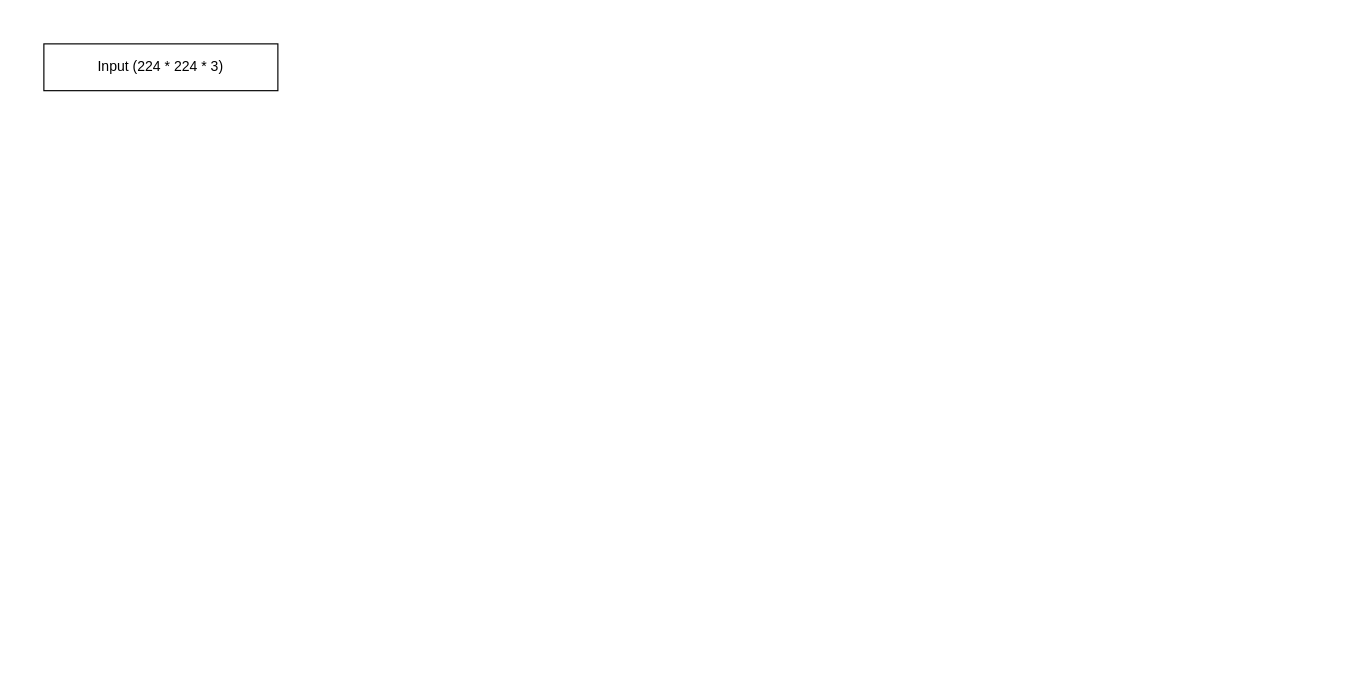
The draw.io diagram patchcore.drawio in lkebnl/Draw_IO, before the edit. Source tidied: cells renumbered, new cells numbered last; positions are measured from the earlier drawing's top-left corner, leaving out a move shared by most shapes. Both pictures are drawn from the tidied source at 117%, with x=0, y=0 at pixel (43, 43).
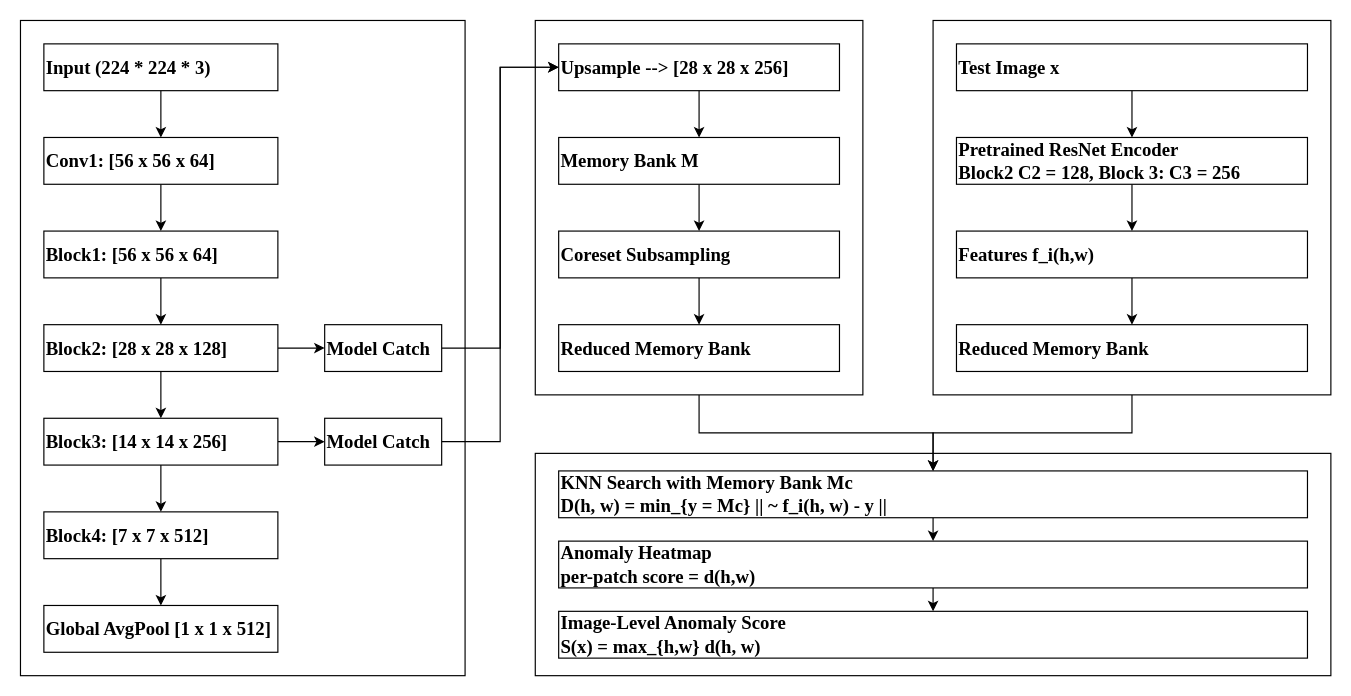
Above is the later version.

What changed in the source:
```diff
@@
+    <mxCell id="3" style="rounded=0;whiteSpace=wrap;html=1;" parent="1" vertex="1">
+      <mxGeometry x="420" y="350" width="680" height="190" as="geometry" />
+    </mxCell>
+    <mxCell id="4" style="edgeStyle=orthogonalEdgeStyle;rounded=0;jettySize=auto;html=1;exitX=0.5;exitY=1;exitDx=0;exitDy=0;" parent="1" edge="1" source="5" target="42">
+      <mxGeometry relative="1" as="geometry" />
+    </mxCell>
+    <mxCell id="5" style="rounded=0;whiteSpace=wrap;html=1;" parent="1" vertex="1">
+      <mxGeometry x="420" y="-20" width="280" height="320" as="geometry" />
+    </mxCell>
+    <mxCell id="6" style="rounded=0;whiteSpace=wrap;html=1;" parent="1" vertex="1">
+      <mxGeometry x="-20" y="-20" width="380" height="560" as="geometry" />
+    </mxCell>
+    <mxCell id="7" style="edgeStyle=orthogonalEdgeStyle;rounded=0;jettySize=auto;html=1;exitX=0.5;exitY=1;exitDx=0;exitDy=0;entryX=0.5;entryY=0;entryDx=0;entryDy=0;" parent="1" edge="1" source="2" target="9">
+      <mxGeometry relative="1" as="geometry" />
+    </mxCell>
-    <mxCell id="2" value="Input (224 * 224 * 3)" style="rounded=0;whiteSpace=wrap;html=1;" parent="1" vertex="1">
+    <mxCell id="2" value="Input (224 * 224 * 3)" style="rounded=0;whiteSpace=wrap;html=1;fontFamily=Times New Roman;fontSize=16;fontStyle=1;align=left;" parent="1" vertex="1">
       <mxGeometry width="200" height="40" as="geometry" />
     </mxCell>
+    <mxCell id="8" style="edgeStyle=orthogonalEdgeStyle;rounded=0;jettySize=auto;html=1;exitX=0.5;exitY=1;exitDx=0;exitDy=0;" parent="1" edge="1" source="9" target="11">
+      <mxGeometry relative="1" as="geometry" />
+    </mxCell>
+    <mxCell id="9" value="Conv1: [56 x 56 x 64]" style="rounded=0;whiteSpace=wrap;html=1;fontFamily=Times New Roman;fontSize=16;fontStyle=1;align=left;" parent="1" vertex="1">
+      <mxGeometry y="80" width="200" height="40" as="geometry" />
+    </mxCell>
+    <mxCell id="10" style="edgeStyle=orthogonalEdgeStyle;rounded=0;jettySize=auto;html=1;exitX=0.5;exitY=1;exitDx=0;exitDy=0;entryX=0.5;entryY=0;entryDx=0;entryDy=0;" parent="1" edge="1" source="11" target="14">
+      <mxGeometry relative="1" as="geometry" />
+    </mxCell>
+    <mxCell id="11" value="Block1: [56 x 56 x 64]" style="rounded=0;whiteSpace=wrap;html=1;fontFamily=Times New Roman;fontSize=16;fontStyle=1;align=left;" parent="1" vertex="1">
+      <mxGeometry y="160" width="200" height="40" as="geometry" />
+    </mxCell>
+    <mxCell id="12" style="edgeStyle=orthogonalEdgeStyle;rounded=0;jettySize=auto;html=1;exitX=1;exitY=0.5;exitDx=0;exitDy=0;entryX=0;entryY=0.5;entryDx=0;entryDy=0;" parent="1" edge="1" source="14" target="22">
+      <mxGeometry relative="1" as="geometry" />
+    </mxCell>
+    <mxCell id="13" style="edgeStyle=orthogonalEdgeStyle;rounded=0;jettySize=auto;html=1;exitX=0.5;exitY=1;exitDx=0;exitDy=0;entryX=0.5;entryY=0;entryDx=0;entryDy=0;" parent="1" edge="1" source="14" target="17">
+      <mxGeometry relative="1" as="geometry" />
+    </mxCell>
+    <mxCell id="14" value="Block2: [28 x 28 x 128]" style="rounded=0;whiteSpace=wrap;html=1;fontFamily=Times New Roman;fontSize=16;fontStyle=1;align=left;" parent="1" vertex="1">
+      <mxGeometry y="240" width="200" height="40" as="geometry" />
+    </mxCell>
+    <mxCell id="15" style="edgeStyle=orthogonalEdgeStyle;rounded=0;jettySize=auto;html=1;exitX=1;exitY=0.5;exitDx=0;exitDy=0;entryX=0;entryY=0.5;entryDx=0;entryDy=0;" parent="1" edge="1" source="17" target="24">
+      <mxGeometry relative="1" as="geometry" />
+    </mxCell>
+    <mxCell id="16" style="edgeStyle=orthogonalEdgeStyle;rounded=0;jettySize=auto;html=1;exitX=0.5;exitY=1;exitDx=0;exitDy=0;entryX=0.5;entryY=0;entryDx=0;entryDy=0;" parent="1" edge="1" source="17" target="19">
+      <mxGeometry relative="1" as="geometry" />
+    </mxCell>
+    <mxCell id="17" value="Block3: [14 x 14 x 256]" style="rounded=0;whiteSpace=wrap;html=1;fontFamily=Times New Roman;fontSize=16;fontStyle=1;align=left;" parent="1" vertex="1">
+      <mxGeometry y="320" width="200" height="40" as="geometry" />
+    </mxCell>
+    <mxCell id="18" style="edgeStyle=orthogonalEdgeStyle;rounded=0;jettySize=auto;html=1;exitX=0.5;exitY=1;exitDx=0;exitDy=0;entryX=0.5;entryY=0;entryDx=0;entryDy=0;" parent="1" edge="1" source="19" target="20">
+      <mxGeometry relative="1" as="geometry" />
+    </mxCell>
+    <mxCell id="19" value="Block4: [7 x 7 x 512]" style="rounded=0;whiteSpace=wrap;html=1;fontFamily=Times New Roman;fontSize=16;fontStyle=1;align=left;" parent="1" vertex="1">
+      <mxGeometry y="400" width="200" height="40" as="geometry" />
+    </mxCell>
+    <mxCell id="20" value="Global AvgPool [1 x 1 x 512]" style="rounded=0;whiteSpace=wrap;html=1;fontFamily=Times New Roman;fontSize=16;fontStyle=1;align=left;" parent="1" vertex="1">
+      <mxGeometry y="480" width="200" height="40" as="geometry" />
+    </mxCell>
+    <mxCell id="21" style="edgeStyle=orthogonalEdgeStyle;rounded=0;jettySize=auto;html=1;exitX=1;exitY=0.5;exitDx=0;exitDy=0;entryX=0;entryY=0.5;entryDx=0;entryDy=0;" parent="1" edge="1" source="22" target="26">
+      <mxGeometry relative="1" as="geometry" />
+    </mxCell>
+    <mxCell id="22" value="Model Catch" style="rounded=0;whiteSpace=wrap;html=1;fontFamily=Times New Roman;fontSize=16;fontStyle=1;align=left;" parent="1" vertex="1">
+      <mxGeometry x="240" y="240" width="100" height="40" as="geometry" />
+    </mxCell>
+    <mxCell id="23" style="edgeStyle=orthogonalEdgeStyle;rounded=0;jettySize=auto;html=1;exitX=1;exitY=0.5;exitDx=0;exitDy=0;entryX=0;entryY=0.5;entryDx=0;entryDy=0;" parent="1" edge="1" source="24" target="26">
+      <mxGeometry relative="1" as="geometry" />
+    </mxCell>
+    <mxCell id="24" value="Model Catch" style="rounded=0;whiteSpace=wrap;html=1;fontFamily=Times New Roman;fontSize=16;fontStyle=1;align=left;" parent="1" vertex="1">
+      <mxGeometry x="240" y="320" width="100" height="40" as="geometry" />
+    </mxCell>
+    <mxCell id="25" style="edgeStyle=orthogonalEdgeStyle;rounded=0;jettySize=auto;html=1;exitX=0.5;exitY=1;exitDx=0;exitDy=0;" parent="1" edge="1" source="26" target="28">
+      <mxGeometry relative="1" as="geometry" />
+    </mxCell>
+    <mxCell id="26" value="Upsample --&amp;gt; [28 x 28 x 256]" style="rounded=0;whiteSpace=wrap;html=1;fontFamily=Times New Roman;fontSize=16;fontStyle=1;align=left;" parent="1" vertex="1">
+      <mxGeometry x="440" width="240" height="40" as="geometry" />
+    </mxCell>
+    <mxCell id="27" style="edgeStyle=orthogonalEdgeStyle;rounded=0;jettySize=auto;html=1;exitX=0.5;exitY=1;exitDx=0;exitDy=0;entryX=0.5;entryY=0;entryDx=0;entryDy=0;" parent="1" edge="1" source="28" target="30">
+      <mxGeometry relative="1" as="geometry" />
+    </mxCell>
+    <mxCell id="28" value="Memory Bank M" style="rounded=0;whiteSpace=wrap;html=1;fontFamily=Times New Roman;fontSize=16;fontStyle=1;align=left;" parent="1" vertex="1">
+      <mxGeometry x="440" y="80" width="240" height="40" as="geometry" />
+    </mxCell>
+    <mxCell id="29" style="edgeStyle=orthogonalEdgeStyle;rounded=0;jettySize=auto;html=1;exitX=0.5;exitY=1;exitDx=0;exitDy=0;entryX=0.5;entryY=0;entryDx=0;entryDy=0;" parent="1" edge="1" source="30" target="31">
+      <mxGeometry relative="1" as="geometry" />
+    </mxCell>
+    <mxCell id="30" value="Coreset Subsampling" style="rounded=0;whiteSpace=wrap;html=1;fontFamily=Times New Roman;fontSize=16;fontStyle=1;align=left;" parent="1" vertex="1">
+      <mxGeometry x="440" y="160" width="240" height="40" as="geometry" />
+    </mxCell>
+    <mxCell id="31" value="Reduced Memory Bank" style="rounded=0;whiteSpace=wrap;html=1;fontFamily=Times New Roman;fontSize=16;fontStyle=1;align=left;" parent="1" vertex="1">
+      <mxGeometry x="440" y="240" width="240" height="40" as="geometry" />
+    </mxCell>
+    <mxCell id="32" style="edgeStyle=orthogonalEdgeStyle;rounded=0;jettySize=auto;html=1;exitX=0.5;exitY=1;exitDx=0;exitDy=0;entryX=0.5;entryY=0;entryDx=0;entryDy=0;" parent="1" edge="1" source="33" target="42">
+      <mxGeometry relative="1" as="geometry" />
+    </mxCell>
+    <mxCell id="33" style="rounded=0;whiteSpace=wrap;html=1;" parent="1" vertex="1">
+      <mxGeometry x="760" y="-20" width="340" height="320" as="geometry" />
+    </mxCell>
+    <mxCell id="34" style="edgeStyle=orthogonalEdgeStyle;rounded=0;jettySize=auto;html=1;exitX=0.5;exitY=1;exitDx=0;exitDy=0;" parent="1" edge="1" source="35" target="37">
+      <mxGeometry relative="1" as="geometry" />
+    </mxCell>
+    <mxCell id="35" value="Test Image x" style="rounded=0;whiteSpace=wrap;html=1;fontFamily=Times New Roman;fontSize=16;fontStyle=1;align=left;" parent="1" vertex="1">
+      <mxGeometry x="780" width="300" height="40" as="geometry" />
+    </mxCell>
+    <mxCell id="36" style="edgeStyle=orthogonalEdgeStyle;rounded=0;jettySize=auto;html=1;exitX=0.5;exitY=1;exitDx=0;exitDy=0;entryX=0.5;entryY=0;entryDx=0;entryDy=0;" parent="1" edge="1" source="37" target="39">
+      <mxGeometry relative="1" as="geometry" />
+    </mxCell>
+    <mxCell id="37" value="Pretrained ResNet Encoder&lt;div&gt;Block2 C2 = 128, Block 3: C3 = 256&lt;/div&gt;" style="rounded=0;whiteSpace=wrap;html=1;fontFamily=Times New Roman;fontSize=16;fontStyle=1;align=left;" parent="1" vertex="1">
+      <mxGeometry x="780" y="80" width="300" height="40" as="geometry" />
+    </mxCell>
+    <mxCell id="38" style="edgeStyle=orthogonalEdgeStyle;rounded=0;jettySize=auto;html=1;exitX=0.5;exitY=1;exitDx=0;exitDy=0;entryX=0.5;entryY=0;entryDx=0;entryDy=0;" parent="1" edge="1" source="39" target="40">
+      <mxGeometry relative="1" as="geometry" />
+    </mxCell>
+    <mxCell id="39" value="Features f_i(h,w)" style="rounded=0;whiteSpace=wrap;html=1;fontFamily=Times New Roman;fontSize=16;fontStyle=1;align=left;" parent="1" vertex="1">
+      <mxGeometry x="780" y="160" width="300" height="40" as="geometry" />
+    </mxCell>
+    <mxCell id="40" value="Reduced Memory Bank" style="rounded=0;whiteSpace=wrap;html=1;fontFamily=Times New Roman;fontSize=16;fontStyle=1;align=left;" parent="1" vertex="1">
+      <mxGeometry x="780" y="240" width="300" height="40" as="geometry" />
+    </mxCell>
+    <mxCell id="41" style="edgeStyle=orthogonalEdgeStyle;rounded=0;jettySize=auto;html=1;exitX=0.5;exitY=1;exitDx=0;exitDy=0;entryX=0.5;entryY=0;entryDx=0;entryDy=0;" parent="1" edge="1" source="42" target="44">
+      <mxGeometry relative="1" as="geometry" />
+    </mxCell>
+    <mxCell id="42" value="KNN Search with Memory Bank Mc&lt;div&gt;D(h, w) = min_{y = Mc} || ~ f_i(h, w) - y ||&lt;/div&gt;" style="rounded=0;whiteSpace=wrap;html=1;fontFamily=Times New Roman;fontSize=16;fontStyle=1;align=left;" parent="1" vertex="1">
+      <mxGeometry x="440" y="365" width="640" height="40" as="geometry" />
+    </mxCell>
+    <mxCell id="43" style="edgeStyle=orthogonalEdgeStyle;rounded=0;jettySize=auto;html=1;exitX=0.5;exitY=1;exitDx=0;exitDy=0;entryX=0.5;entryY=0;entryDx=0;entryDy=0;" parent="1" edge="1" source="44" target="45">
+      <mxGeometry relative="1" as="geometry" />
+    </mxCell>
+    <mxCell id="44" value="Anomaly Heatmap&lt;div&gt;per-patch score = d(h,w)&lt;/div&gt;" style="rounded=0;whiteSpace=wrap;html=1;fontFamily=Times New Roman;fontSize=16;fontStyle=1;align=left;" parent="1" vertex="1">
+      <mxGeometry x="440" y="425" width="640" height="40" as="geometry" />
+    </mxCell>
+    <mxCell id="45" value="Image-Level Anomaly Score&lt;div&gt;S(x) = max_{h,w} d(h, w)&lt;/div&gt;" style="rounded=0;whiteSpace=wrap;html=1;fontFamily=Times New Roman;fontSize=16;fontStyle=1;align=left;" parent="1" vertex="1">
+      <mxGeometry x="440" y="485" width="640" height="40" as="geometry" />
+    </mxCell>
```
